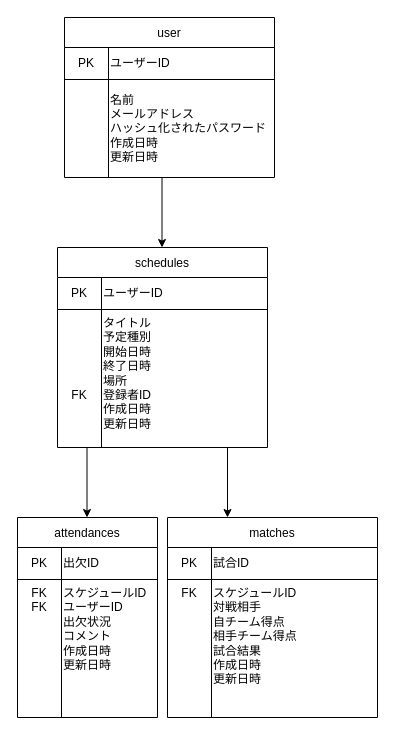
Earlier version of the draw.io diagram KizunaNote.dio (kazu22220529/kizuna-note). Source tidied: cells renumbered, new cells numbered last; positions are measured from the earlier drawing's top-left corner, leaving out a move shared by most shapes. Both pictures are drawn from the tidied source at 100%, with x=0, y=0 at pixel (17, 17).
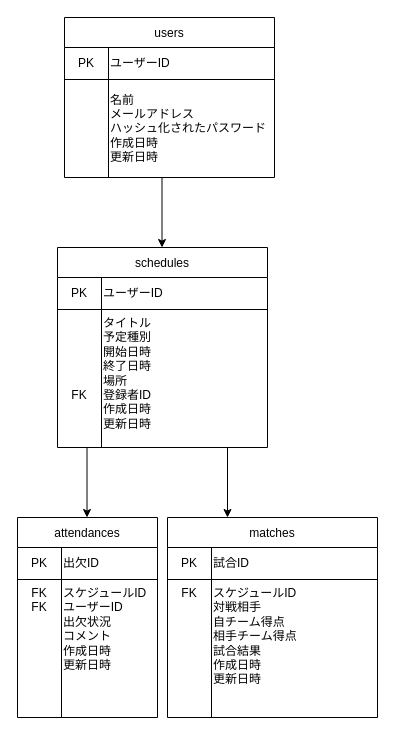
The same page after the edit.

Commit message:
設計図を更新

Diff of the diagram source:
```diff
@@
-    <mxCell id="3" value="user" style="shape=table;startSize=30;childLayout=tableLayout;fixedHeader=1;" parent="1" vertex="1">
+    <mxCell id="3" value="users" style="shape=table;startSize=30;childLayout=tableLayout;fixedHeader=1;" parent="1" vertex="1">
       <mxGeometry x="47" width="210" height="160" as="geometry" />
     </mxCell>
```
